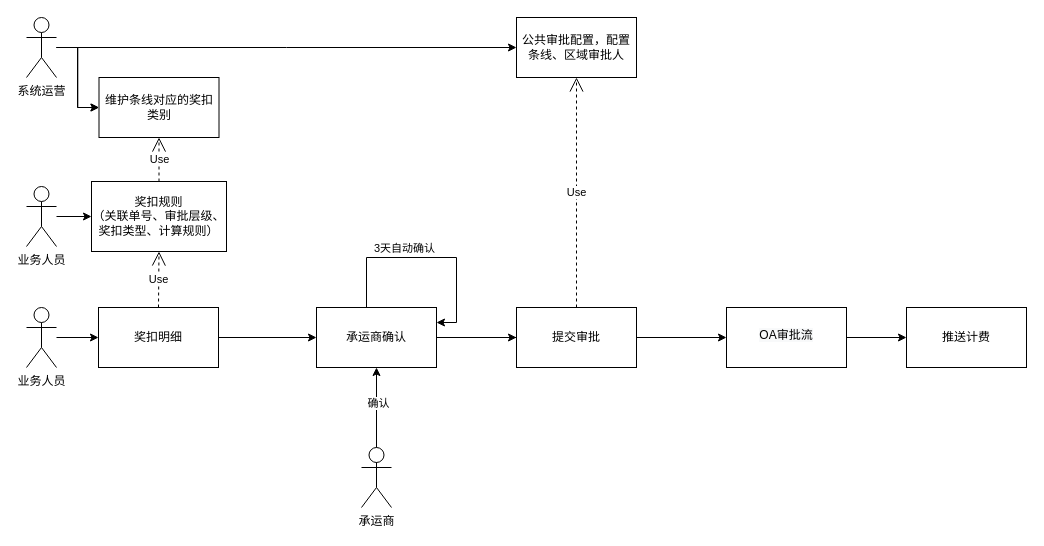
Before: cmsWeb/承运商奖扣.drawio in sjzmlb/cms, a draw.io diagram. Source tidied: cells renumbered, new cells numbered last; positions are measured from the earlier drawing's top-left corner, leaving out a move shared by most shapes. Both pictures are drawn from the tidied source at 100%, with x=0, y=0 at pixel (26, 17).
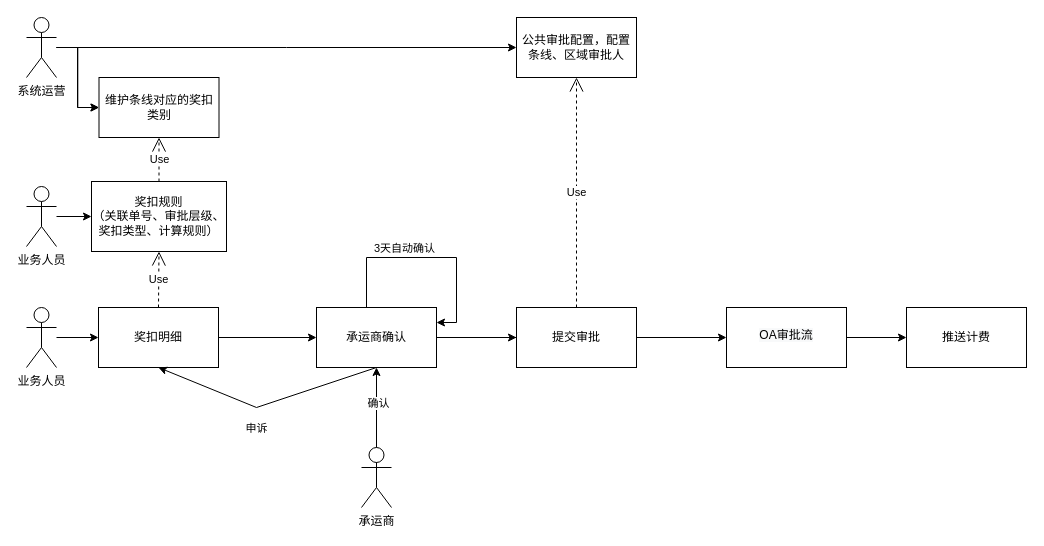
The same diagram, later.

Commit message:
Update 承运商奖扣.drawio

The change refers to these unchanged cells:
```xml
<mxCell id="15" value="奖扣明细" style="whiteSpace=wrap;html=1;verticalAlign=middle;" parent="1" vertex="1">
  <mxGeometry x="72" y="290" width="120" height="60" as="geometry" />
</mxCell>
<mxCell id="20" value="承运商确认" style="whiteSpace=wrap;html=1;verticalAlign=middle;" parent="1" vertex="1">
  <mxGeometry x="290" y="290" width="120" height="60" as="geometry" />
</mxCell>
```

The edit, as a diff of the source:
```diff
@@
+    <mxCell id="31" style="edgeStyle=none;rounded=0;jettySize=auto;html=1;exitX=0.5;exitY=1;exitDx=0;exitDy=0;entryX=0.5;entryY=1;entryDx=0;entryDy=0;" parent="1" edge="1" source="20" target="15">
+      <mxGeometry relative="1" as="geometry">
+        <Array as="points">
+          <mxPoint x="230" y="390" />
+        </Array>
+      </mxGeometry>
+    </mxCell>
+    <mxCell id="32" value="申诉" style="edgeLabel;html=1;align=center;verticalAlign=middle;" parent="31" vertex="1">
+      <mxGeometry x="0.15" y="2" relative="1" as="geometry">
+        <mxPoint x="7" y="21" as="offset" />
+      </mxGeometry>
+    </mxCell>
```
